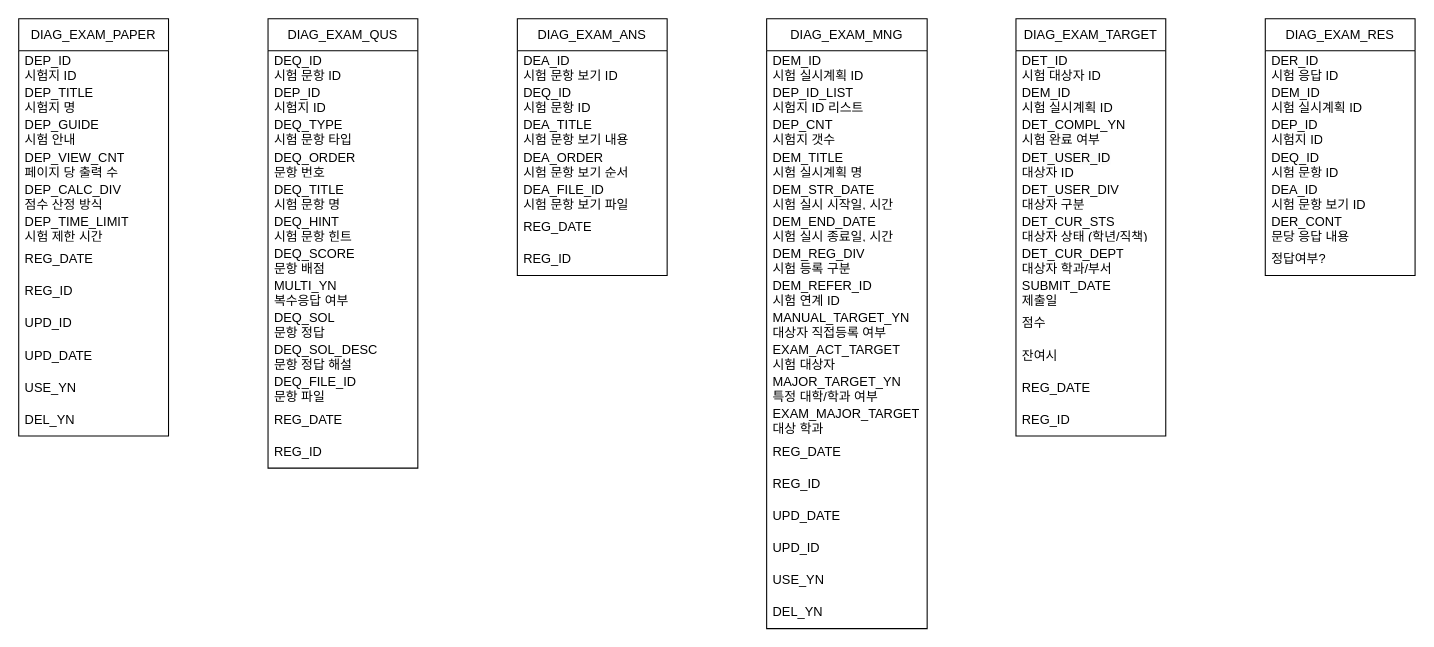
This is EXAM_DB_STRUCTURE.drawio from HAR00N/draw.io, a draw.io file, before an edit. Source tidied: cells renumbered, new cells numbered last; positions are measured from the earlier drawing's top-left corner, leaving out a move shared by most shapes. Both pictures are drawn from the tidied source at 107%, with x=0, y=0 at pixel (18, 18).
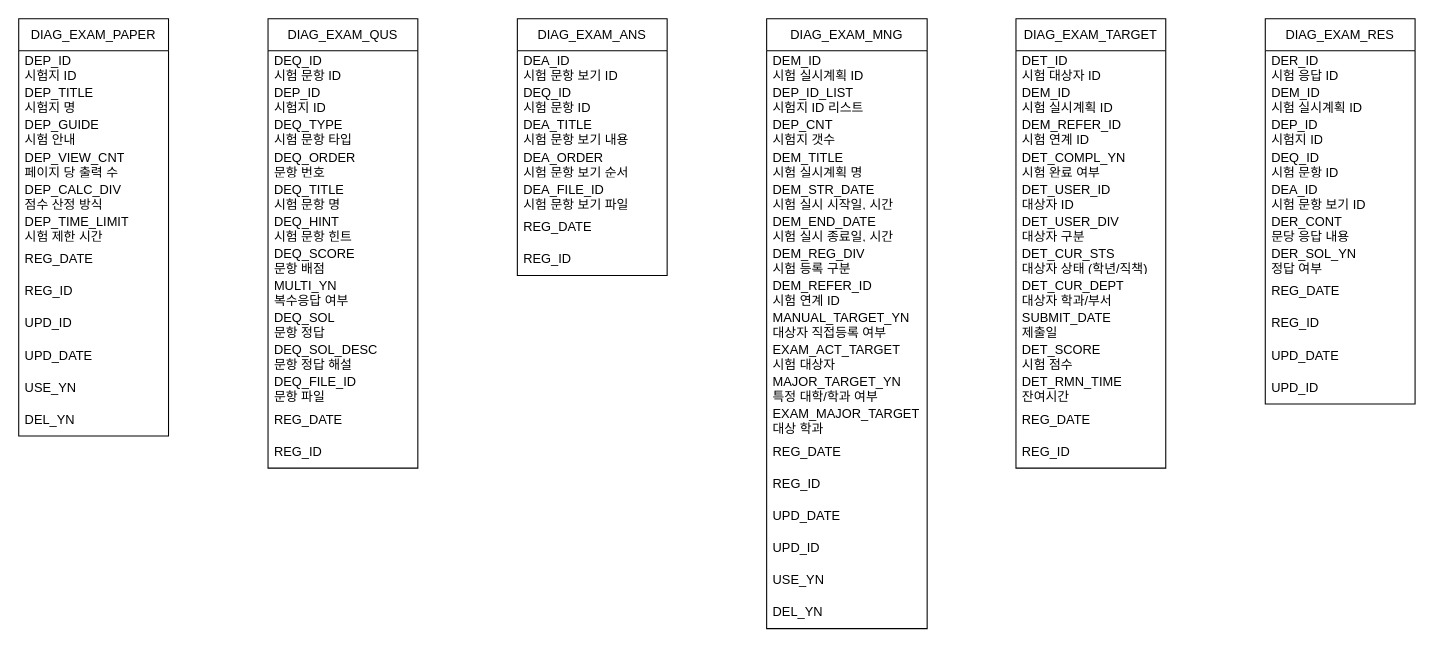
The same diagram, later.

The edit, as a diff of the source:
```diff
@@
     <mxCell id="56" value="DIAG_EXAM_TARGET" style="swimlane;fontStyle=0;horizontal=1;startSize=30;whiteSpace=wrap;html=1;" parent="1" vertex="1">
-      <mxGeometry x="932" width="140" height="390" as="geometry" />
+      <mxGeometry x="932" width="140" height="420" as="geometry" />
     </mxCell>
@@
+    <mxCell id="77" value="DEM_REFER_ID&lt;div&gt;시험 연계 ID&lt;/div&gt;" style="text;strokeColor=none;fillColor=none;align=left;verticalAlign=middle;spacingLeft=4;spacingRight=4;overflow=hidden;whiteSpace=wrap;html=1;" parent="56" vertex="1">
+      <mxGeometry y="90" width="140" height="30" as="geometry" />
+    </mxCell>
     <mxCell id="59" value="DET_COMPL_YN&lt;div&gt;시험 완료 여부&lt;/div&gt;" style="text;strokeColor=none;fillColor=none;align=left;verticalAlign=middle;spacingLeft=4;spacingRight=4;overflow=hidden;whiteSpace=wrap;html=1;" parent="56" vertex="1">
-      <mxGeometry y="90" width="140" height="30" as="geometry" />
+      <mxGeometry y="120" width="140" height="30" as="geometry" />
     </mxCell>
     <mxCell id="60" value="&lt;span style=&quot;color: rgb(0, 0, 0); font-family: Helvetica; font-size: 12px; font-style: normal; font-variant-ligatures: normal; font-variant-caps: normal; font-weight: 400; letter-spacing: normal; orphans: 2; text-align: left; text-indent: 0px; text-transform: none; widows: 2; word-spacing: 0px; -webkit-text-stroke-width: 0px; white-space: normal; background-color: rgb(251, 251, 251); text-decoration-thickness: initial; text-decoration-style: initial; text-decoration-color: initial; display: inline !important; float: none;&quot;&gt;DET_USER_ID&lt;/span&gt;&lt;div&gt;대상자 ID&lt;/div&gt;" style="text;strokeColor=none;fillColor=none;align=left;verticalAlign=middle;spacingLeft=4;spacingRight=4;overflow=hidden;whiteSpace=wrap;html=1;" parent="56" vertex="1">
-      <mxGeometry y="120" width="140" height="30" as="geometry" />
+      <mxGeometry y="150" width="140" height="30" as="geometry" />
     </mxCell>
     <mxCell id="61" value="DET_USER_DIV&lt;div&gt;대상자 구분&lt;/div&gt;" style="text;strokeColor=none;fillColor=none;align=left;verticalAlign=middle;spacingLeft=4;spacingRight=4;overflow=hidden;whiteSpace=wrap;html=1;" parent="56" vertex="1">
-      <mxGeometry y="150" width="140" height="30" as="geometry" />
+      <mxGeometry y="180" width="140" height="30" as="geometry" />
     </mxCell>
     <mxCell id="62" value="DET_CUR_STS&lt;div&gt;대상자 상태 (학년/직책)&lt;/div&gt;" style="text;strokeColor=none;fillColor=none;align=left;verticalAlign=middle;spacingLeft=4;spacingRight=4;overflow=hidden;whiteSpace=wrap;html=1;" parent="56" vertex="1">
-      <mxGeometry y="180" width="140" height="30" as="geometry" />
+      <mxGeometry y="210" width="140" height="30" as="geometry" />
     </mxCell>
     <mxCell id="63" value="DET_CUR_DEPT&lt;div&gt;대상자 학과/부서&lt;/div&gt;" style="text;strokeColor=none;fillColor=none;align=left;verticalAlign=middle;spacingLeft=4;spacingRight=4;overflow=hidden;whiteSpace=wrap;html=1;" parent="56" vertex="1">
-      <mxGeometry y="210" width="140" height="30" as="geometry" />
+      <mxGeometry y="240" width="140" height="30" as="geometry" />
     </mxCell>
     <mxCell id="64" value="SUBMIT_DATE&lt;div&gt;제출일&lt;/div&gt;" style="text;strokeColor=none;fillColor=none;align=left;verticalAlign=middle;spacingLeft=4;spacingRight=4;overflow=hidden;whiteSpace=wrap;html=1;" parent="56" vertex="1">
-      <mxGeometry y="240" width="140" height="30" as="geometry" />
+      <mxGeometry y="270" width="140" height="30" as="geometry" />
     </mxCell>
-    <mxCell id="65" value="점수" style="text;strokeColor=none;fillColor=none;align=left;verticalAlign=middle;spacingLeft=4;spacingRight=4;overflow=hidden;whiteSpace=wrap;html=1;" parent="56" vertex="1">
-      <mxGeometry y="270" width="140" height="30" as="geometry" />
+    <mxCell id="65" value="DET_SCORE&lt;br&gt;시험 점수" style="text;strokeColor=none;fillColor=none;align=left;verticalAlign=middle;spacingLeft=4;spacingRight=4;overflow=hidden;whiteSpace=wrap;html=1;" parent="56" vertex="1">
+      <mxGeometry y="300" width="140" height="30" as="geometry" />
     </mxCell>
-    <mxCell id="66" value="잔여시" style="text;strokeColor=none;fillColor=none;align=left;verticalAlign=middle;spacingLeft=4;spacingRight=4;overflow=hidden;whiteSpace=wrap;html=1;" parent="56" vertex="1">
-      <mxGeometry y="300" width="140" height="30" as="geometry" />
+    <mxCell id="66" value="DET_RMN_TIME&lt;br&gt;잔여시간" style="text;strokeColor=none;fillColor=none;align=left;verticalAlign=middle;spacingLeft=4;spacingRight=4;overflow=hidden;whiteSpace=wrap;html=1;" parent="56" vertex="1">
+      <mxGeometry y="330" width="140" height="30" as="geometry" />
     </mxCell>
     <mxCell id="67" value="REG_DATE" style="text;strokeColor=none;fillColor=none;align=left;verticalAlign=middle;spacingLeft=4;spacingRight=4;overflow=hidden;whiteSpace=wrap;html=1;" parent="56" vertex="1">
-      <mxGeometry y="330" width="140" height="30" as="geometry" />
+      <mxGeometry y="360" width="140" height="30" as="geometry" />
     </mxCell>
     <mxCell id="68" value="REG_ID" style="text;strokeColor=none;fillColor=none;align=left;verticalAlign=middle;spacingLeft=4;spacingRight=4;overflow=hidden;whiteSpace=wrap;html=1;" parent="56" vertex="1">
-      <mxGeometry y="360" width="140" height="30" as="geometry" />
+      <mxGeometry y="390" width="140" height="30" as="geometry" />
     </mxCell>
     <mxCell id="69" value="DIAG_EXAM_RES" style="swimlane;fontStyle=0;horizontal=1;startSize=30;whiteSpace=wrap;html=1;" parent="1" vertex="1">
-      <mxGeometry x="1165" width="140" height="240" as="geometry" />
+      <mxGeometry x="1165" width="140" height="360" as="geometry" />
     </mxCell>
@@
-    <mxCell id="76" value="정답여부?" style="text;strokeColor=none;fillColor=none;align=left;verticalAlign=middle;spacingLeft=4;spacingRight=4;overflow=hidden;whiteSpace=wrap;html=1;" parent="69" vertex="1">
+    <mxCell id="76" value="DER_SOL_YN&lt;div&gt;정답 여부&lt;/div&gt;" style="text;strokeColor=none;fillColor=none;align=left;verticalAlign=middle;spacingLeft=4;spacingRight=4;overflow=hidden;whiteSpace=wrap;html=1;" parent="69" vertex="1">
       <mxGeometry y="210" width="140" height="30" as="geometry" />
     </mxCell>
+    <mxCell id="78" value="REG_DATE" style="text;strokeColor=none;fillColor=none;align=left;verticalAlign=middle;spacingLeft=4;spacingRight=4;overflow=hidden;whiteSpace=wrap;html=1;" parent="69" vertex="1">
+      <mxGeometry y="240" width="140" height="30" as="geometry" />
+    </mxCell>
+    <mxCell id="79" value="REG_ID" style="text;strokeColor=none;fillColor=none;align=left;verticalAlign=middle;spacingLeft=4;spacingRight=4;overflow=hidden;whiteSpace=wrap;html=1;" parent="69" vertex="1">
+      <mxGeometry y="270" width="140" height="30" as="geometry" />
+    </mxCell>
+    <mxCell id="80" value="UPD_DATE" style="text;strokeColor=none;fillColor=none;align=left;verticalAlign=middle;spacingLeft=4;spacingRight=4;overflow=hidden;whiteSpace=wrap;html=1;" parent="69" vertex="1">
+      <mxGeometry y="300" width="140" height="30" as="geometry" />
+    </mxCell>
+    <mxCell id="81" value="UPD_ID" style="text;strokeColor=none;fillColor=none;align=left;verticalAlign=middle;spacingLeft=4;spacingRight=4;overflow=hidden;whiteSpace=wrap;html=1;" parent="69" vertex="1">
+      <mxGeometry y="330" width="140" height="30" as="geometry" />
+    </mxCell>
```
